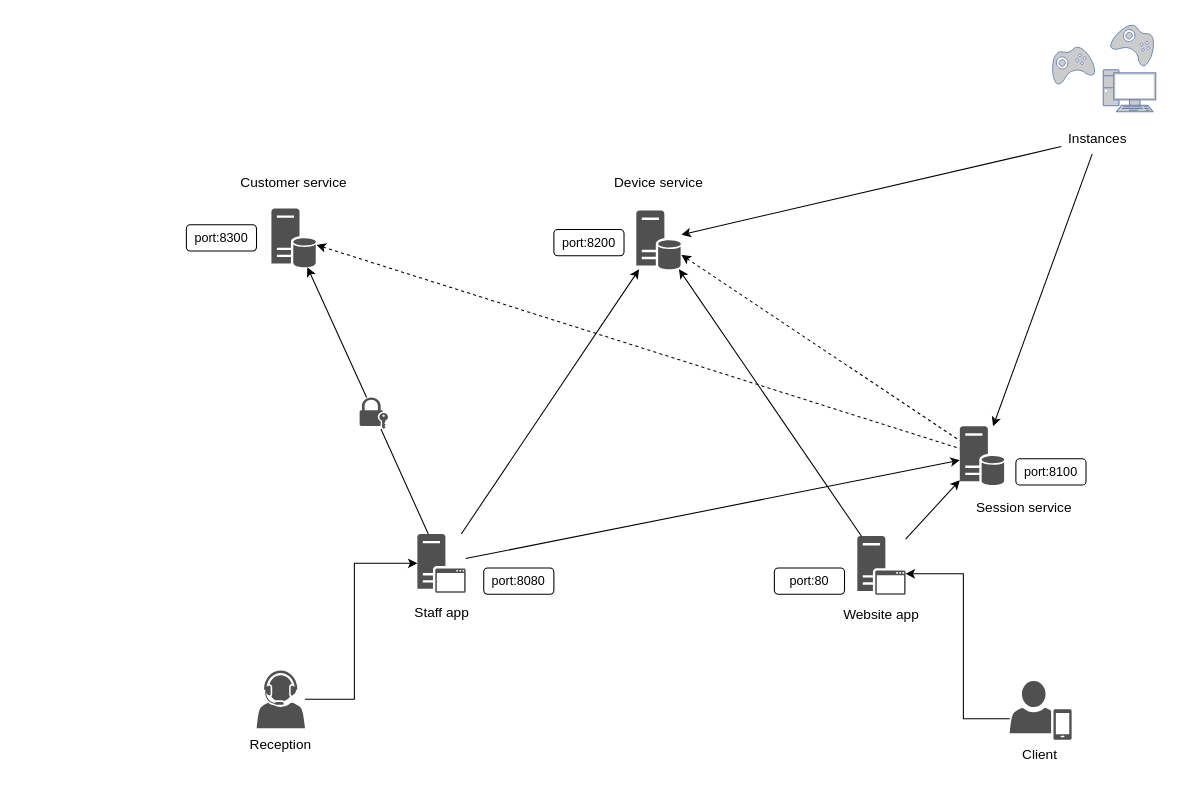
This is page "Application" (1 of 6) of General.drawio from phobiavr/phober-diagram, a draw.io file, before an edit. Source tidied: cells renumbered, new cells numbered last; positions are measured from the earlier drawing's top-left corner, leaving out a move shared by most shapes. Both pictures are drawn from the tidied source at 105%, with x=0, y=0 at pixel (186, 19).
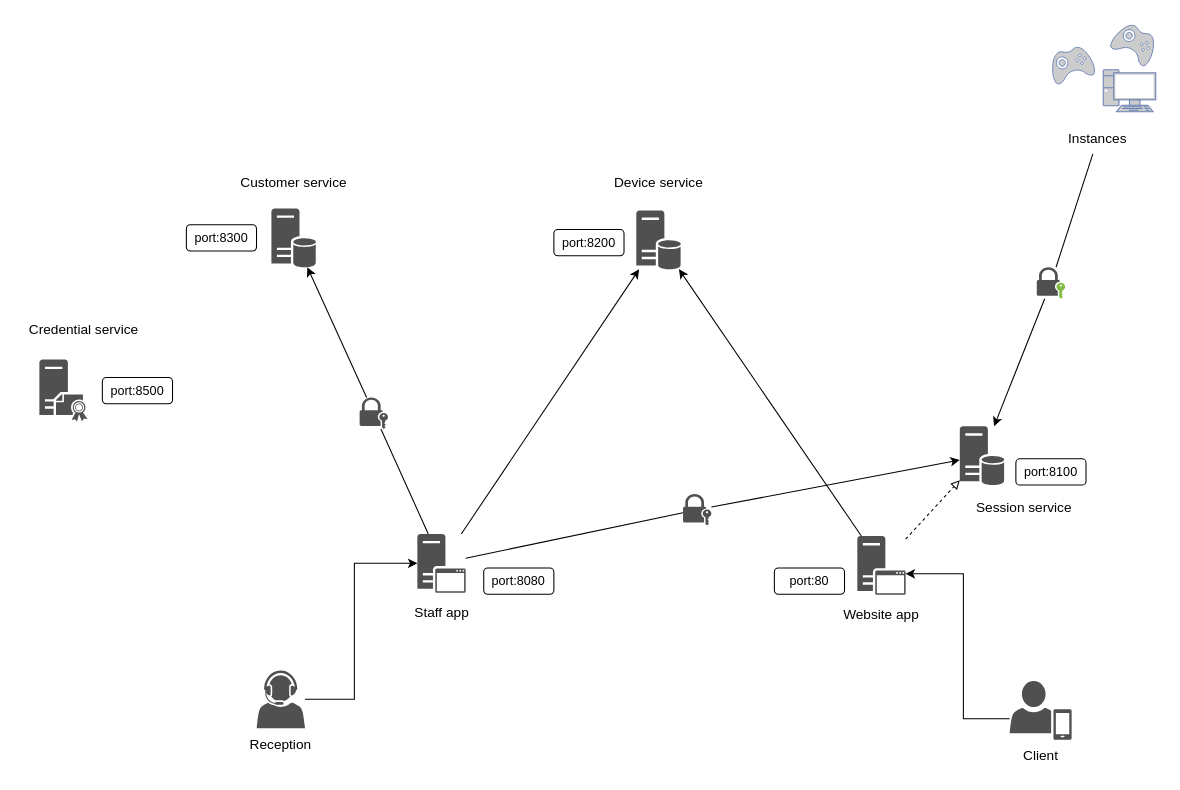
The same diagram, later.

The change refers to these unchanged cells:
```xml
<mxCell id="9" style="sketch=0;shadow=0;dashed=0;html=1;strokeColor=none;fillColor=#505050;labelPosition=center;verticalLabelPosition=bottom;verticalAlign=top;outlineConnect=0;align=center;shape=mxgraph.office.servers.application_server;rounded=0;fontSize=13;" parent="8" vertex="1">
  <mxGeometry x="34" y="10" width="46" height="56" as="geometry" />
</mxCell>
<mxCell id="12" style="sketch=0;shadow=0;dashed=0;html=1;strokeColor=none;fillColor=#505050;labelPosition=center;verticalLabelPosition=bottom;verticalAlign=top;outlineConnect=0;align=center;shape=mxgraph.office.servers.application_server;rounded=0;fontSize=13;" parent="11" vertex="1">
  <mxGeometry x="17.2" width="46" height="56" as="geometry" />
</mxCell>
<mxCell id="19" style="sketch=0;shadow=0;dashed=0;html=1;strokeColor=none;fillColor=#505050;labelPosition=center;verticalLabelPosition=bottom;verticalAlign=top;outlineConnect=0;align=center;shape=mxgraph.office.servers.database_server;rounded=0;fontSize=13;" parent="18" vertex="1">
  <mxGeometry x="41" y="40" width="43" height="56" as="geometry" />
</mxCell>
<mxCell id="35" value="Instances" style="text;html=1;strokeColor=none;fillColor=none;align=center;verticalAlign=middle;whiteSpace=wrap;rounded=0;fontSize=13;" parent="31" vertex="1">
  <mxGeometry x="13.2" y="98" width="70" height="30" as="geometry" />
</mxCell>
<mxCell id="37" style="sketch=0;shadow=0;dashed=0;html=1;strokeColor=none;fillColor=#505050;labelPosition=center;verticalLabelPosition=bottom;verticalAlign=top;outlineConnect=0;align=center;shape=mxgraph.office.servers.database_server;rounded=0;fontSize=13;" parent="36" vertex="1">
  <mxGeometry x="28.5" y="32" width="43" height="56" as="geometry" />
</mxCell>
<mxCell id="40" style="sketch=0;shadow=0;dashed=0;html=1;strokeColor=none;fillColor=#505050;labelPosition=center;verticalLabelPosition=bottom;verticalAlign=top;outlineConnect=0;align=center;shape=mxgraph.office.servers.database_server;rounded=0;fontSize=13;" parent="39" vertex="1">
  <mxGeometry x="6.6" width="43" height="56" as="geometry" />
</mxCell>
```

Change to the diagram source:
```diff
@@
     <mxCell id="5" style="group;" parent="1" vertex="1">
-      <mxGeometry x="783.1" y="630" width="60" height="85" as="geometry" />
+      <mxGeometry x="803.1" y="610" width="60" height="85" as="geometry" />
     </mxCell>
     <mxCell id="6" style="sketch=0;shadow=0;dashed=0;html=1;strokeColor=none;fillColor=#505050;labelPosition=center;verticalLabelPosition=bottom;verticalAlign=top;outlineConnect=0;align=center;shape=mxgraph.office.users.mobile_user;rounded=0;fontSize=13;" parent="5" vertex="1">
-      <mxGeometry x="1" width="59" height="56" as="geometry" />
+      <mxGeometry x="-19" y="20" width="59" height="56" as="geometry" />
     </mxCell>
-    <mxCell id="7" value="Client" style="text;html=1;strokeColor=none;fillColor=none;align=center;verticalAlign=middle;whiteSpace=wrap;rounded=0;fontSize=13;" parent="5" vertex="1">
-      <mxGeometry y="55" width="60" height="30" as="geometry" />
-    </mxCell>
@@
-    <mxCell id="16" style="edgeStyle=none;rounded=0;jettySize=auto;html=1;fontSize=13;startArrow=classic;startFill=1;endArrow=none;endFill=0;" parent="1" edge="1" source="40" target="12">
+    <mxCell id="16" style="edgeStyle=none;rounded=0;jettySize=auto;html=1;fontSize=13;startArrow=none;startFill=1;endArrow=none;endFill=0;" parent="1" edge="1" source="50" target="12">
       <mxGeometry relative="1" as="geometry" />
     </mxCell>
-    <mxCell id="17" style="edgeStyle=none;rounded=0;jettySize=auto;html=1;fontSize=13;" parent="1" edge="1" source="9" target="40">
+    <mxCell id="17" style="edgeStyle=none;rounded=0;jettySize=auto;html=1;fontSize=13;endArrow=block;endFill=0;startArrow=none;startFill=0;dashed=1;" parent="1" edge="1" source="9" target="40">
       <mxGeometry relative="1" as="geometry" />
     </mxCell>
@@
-    <mxCell id="25" style="edgeStyle=none;rounded=1;jettySize=auto;html=1;dashed=1;fontSize=13;startArrow=classic;startFill=1;endArrow=none;endFill=0;" parent="1" edge="1" source="19" target="40">
-      <mxGeometry relative="1" as="geometry" />
-    </mxCell>
-    <mxCell id="26" style="edgeStyle=none;rounded=1;jettySize=auto;html=1;dashed=1;fontSize=13;startArrow=classic;startFill=1;endArrow=none;endFill=0;" parent="1" edge="1" source="37" target="40">
-      <mxGeometry relative="1" as="geometry" />
-    </mxCell>
@@
-    <mxCell id="43" style="edgeStyle=none;rounded=1;jettySize=auto;html=1;fontSize=13;fontColor=#0066CC;startArrow=none;startFill=0;endArrow=classic;endFill=1;" parent="1" edge="1" source="35" target="37">
-      <mxGeometry relative="1" as="geometry" />
-    </mxCell>
-    <mxCell id="44" style="edgeStyle=none;rounded=1;jettySize=auto;html=1;fontSize=13;fontColor=#0066CC;startArrow=none;startFill=0;endArrow=classic;endFill=1;" parent="1" edge="1" source="35" target="40">
+    <mxCell id="44" style="edgeStyle=none;rounded=1;jettySize=auto;html=1;fontSize=13;fontColor=#0066CC;startArrow=none;startFill=0;endArrow=classic;endFill=1;" parent="1" edge="1" source="48" target="40">
       <mxGeometry relative="1" as="geometry" />
     </mxCell>
@@
+    <mxCell id="48" style="sketch=0;shadow=0;dashed=0;html=1;strokeColor=none;fillColor=#505050;labelPosition=center;verticalLabelPosition=bottom;verticalAlign=top;outlineConnect=0;align=center;shape=mxgraph.office.security.lock_with_key_security_green;fontSize=13;" parent="1" vertex="1">
+      <mxGeometry x="809.9" y="236" width="27" height="30" as="geometry" />
+    </mxCell>
+    <mxCell id="49" style="edgeStyle=none;rounded=1;jettySize=auto;html=1;fontSize=13;fontColor=#0066CC;startArrow=none;startFill=0;endArrow=none;endFill=1;" parent="1" edge="1" source="35" target="48">
+      <mxGeometry relative="1" as="geometry" />
+    </mxCell>
+    <mxCell id="50" style="sketch=0;shadow=0;dashed=0;html=1;strokeColor=none;fillColor=#505050;labelPosition=center;verticalLabelPosition=bottom;verticalAlign=top;outlineConnect=0;align=center;shape=mxgraph.office.security.lock_with_key_security;rounded=0;fontSize=13;" parent="1" vertex="1">
+      <mxGeometry x="473" y="452" width="27" height="30" as="geometry" />
+    </mxCell>
+    <mxCell id="51" style="edgeStyle=none;rounded=0;jettySize=auto;html=1;fontSize=13;startArrow=classic;startFill=1;endArrow=none;endFill=0;" parent="1" edge="1" source="40" target="50">
+      <mxGeometry relative="1" as="geometry" />
+    </mxCell>
+    <mxCell id="7" value="Client" style="text;html=1;strokeColor=none;fillColor=none;align=center;verticalAlign=middle;whiteSpace=wrap;rounded=0;fontSize=13;" parent="1" vertex="1">
+      <mxGeometry x="784.1" y="686" width="60" height="30" as="geometry" />
+    </mxCell>
+    <mxCell id="52" style="group;" parent="1" vertex="1">
+      <mxGeometry x="-160" y="280" width="146.8" height="103" as="geometry" />
+    </mxCell>
+    <mxCell id="53" style="sketch=0;shadow=0;dashed=0;html=1;strokeColor=none;fillColor=#505050;labelPosition=center;verticalLabelPosition=bottom;verticalAlign=top;align=center;shape=mxgraph.office.servers.certificate_authority;fontSize=13;" parent="52" vertex="1">
+      <mxGeometry x="20" y="44" width="46" height="59" as="geometry" />
+    </mxCell>
+    <mxCell id="54" value="port:8500" style="rounded=1;whiteSpace=wrap;html=1;" parent="52" vertex="1">
+      <mxGeometry x="80" y="61" width="66.8" height="25" as="geometry" />
+    </mxCell>
+    <mxCell id="55" value="Credential service" style="text;html=1;strokeColor=none;fillColor=none;align=center;verticalAlign=middle;whiteSpace=wrap;rounded=0;fontSize=13;" parent="52" vertex="1">
+      <mxGeometry width="125" height="30" as="geometry" />
+    </mxCell>
```
